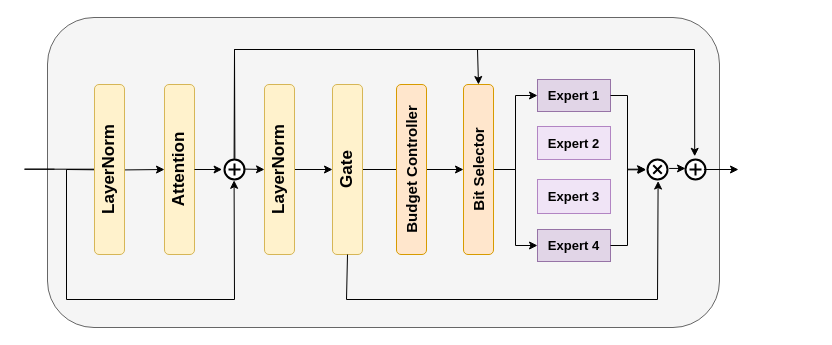
mm0318/draw keeps this draw.io diagram as bitgate_overall.drawio. Above is the earlier version. Source tidied: cells renumbered, new cells numbered last; positions are measured from the earlier drawing's top-left corner, leaving out a move shared by most shapes. Both pictures are drawn from the tidied source at 100%, with x=0, y=0 at pixel (24, 17).
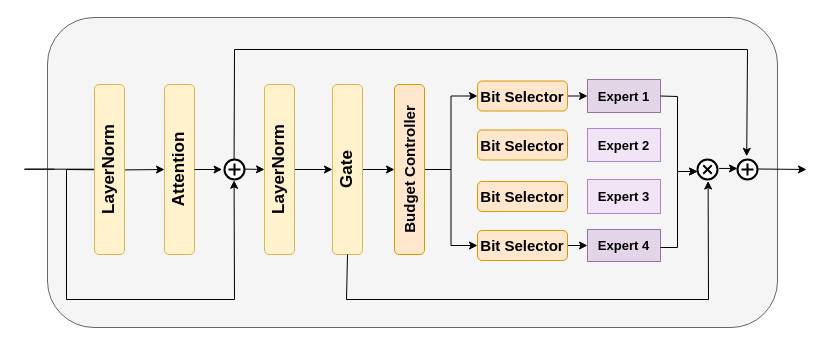
After the change.

The change refers to these unchanged cells:
```xml
<mxCell id="8" value="&lt;font style=&quot;font-size: 17px;&quot;&gt;&lt;b&gt;Gate&lt;/b&gt;&lt;/font&gt;" style="rounded=1;whiteSpace=wrap;html=1;rotation=-90;fillColor=#fff2cc;strokeColor=#d6b656;" parent="1" vertex="1">
  <mxGeometry x="238" y="137" width="170" height="30" as="geometry" />
</mxCell>
<mxCell id="18" style="html=1;verticalLabelPosition=bottom;align=center;labelBackgroundColor=#ffffff;verticalAlign=top;strokeWidth=2;strokeColor=#000000;shadow=0;dashed=0;shape=mxgraph.ios7.icons.add;" parent="1" vertex="1">
  <mxGeometry x="200" y="142" width="20" height="20" as="geometry" />
</mxCell>
```

Diff of the diagram source:
```diff
@@
     <mxCell id="2" style="rounded=1;whiteSpace=wrap;html=1;fillColor=#f5f5f5;fontColor=#333333;strokeColor=#666666;" parent="1" vertex="1">
-      <mxGeometry x="23" width="672" height="310" as="geometry" />
+      <mxGeometry x="23" width="730" height="310" as="geometry" />
     </mxCell>
     <mxCell id="3" value="&lt;font style=&quot;font-size: 13px;&quot;&gt;&lt;b&gt;Expert 1&lt;/b&gt;&lt;/font&gt;" style="rounded=0;whiteSpace=wrap;html=1;fillColor=#e1d5e7;strokeColor=#9673a6;" parent="1" vertex="1">
-      <mxGeometry x="513" y="62" width="73" height="32" as="geometry" />
+      <mxGeometry x="563" y="62" width="73" height="33" as="geometry" />
     </mxCell>
     <mxCell id="4" value="&lt;font style=&quot;font-size: 13px;&quot;&gt;&lt;b&gt;Expert 2&lt;/b&gt;&lt;/font&gt;" style="rounded=0;whiteSpace=wrap;html=1;fillColor=#F0E4F6;strokeColor=#B285C3;" parent="1" vertex="1">
-      <mxGeometry x="513" y="109" width="73" height="33" as="geometry" />
+      <mxGeometry x="563" y="111" width="73" height="33" as="geometry" />
     </mxCell>
     <mxCell id="5" value="&lt;font style=&quot;font-size: 13px;&quot;&gt;&lt;b&gt;Expert 4&lt;/b&gt;&lt;/font&gt;" style="rounded=0;whiteSpace=wrap;html=1;fillColor=#e1d5e7;strokeColor=#9673a6;" parent="1" vertex="1">
-      <mxGeometry x="513" y="212" width="73" height="32" as="geometry" />
+      <mxGeometry x="563" y="212" width="73" height="32" as="geometry" />
     </mxCell>
     <mxCell id="6" value="&lt;font style=&quot;font-size: 13px;&quot;&gt;&lt;b&gt;Expert 3&lt;/b&gt;&lt;/font&gt;" style="rounded=0;whiteSpace=wrap;html=1;strokeColor=#B285C3;fillColor=#F0E4F6;" parent="1" vertex="1">
-      <mxGeometry x="513" y="162" width="73" height="34" as="geometry" />
+      <mxGeometry x="563" y="162" width="73" height="34" as="geometry" />
     </mxCell>
-    <mxCell id="7" style="edgeStyle=orthogonalEdgeStyle;rounded=0;jettySize=auto;html=1;exitX=0.5;exitY=1;exitDx=0;exitDy=0;entryX=0.5;entryY=0;entryDx=0;entryDy=0;" parent="1" edge="1" source="8" target="11">
-      <mxGeometry relative="1" as="geometry" />
-    </mxCell>
+    <mxCell id="32" style="edgeStyle=orthogonalEdgeStyle;rounded=0;jettySize=auto;html=1;exitX=0.5;exitY=1;exitDx=0;exitDy=0;entryX=0.5;entryY=0;entryDx=0;entryDy=0;" parent="1" edge="1" source="8" target="29">
+      <mxGeometry relative="1" as="geometry" />
+    </mxCell>
@@
-    <mxCell id="9" style="edgeStyle=orthogonalEdgeStyle;rounded=0;jettySize=auto;html=1;exitX=0.5;exitY=1;exitDx=0;exitDy=0;entryX=0;entryY=0.5;entryDx=0;entryDy=0;" parent="1" edge="1" source="11" target="3">
+    <mxCell id="9" style="edgeStyle=orthogonalEdgeStyle;rounded=0;jettySize=auto;html=1;exitX=1;exitY=0.5;exitDx=0;exitDy=0;entryX=0;entryY=0.5;entryDx=0;entryDy=0;" parent="1" edge="1" source="11" target="3">
       <mxGeometry relative="1" as="geometry" />
     </mxCell>
-    <mxCell id="10" style="edgeStyle=orthogonalEdgeStyle;rounded=0;jettySize=auto;html=1;exitX=0.5;exitY=1;exitDx=0;exitDy=0;entryX=0;entryY=0.5;entryDx=0;entryDy=0;" parent="1" edge="1" source="11" target="5">
-      <mxGeometry relative="1" as="geometry" />
-    </mxCell>
-    <mxCell id="11" value="&lt;font style=&quot;font-size: 15px;&quot;&gt;&lt;b&gt;Bit Selector&lt;/b&gt;&lt;/font&gt;" style="rounded=1;whiteSpace=wrap;html=1;rotation=-90;fillColor=#ffe6cc;strokeColor=#d79b00;" parent="1" vertex="1">
-      <mxGeometry x="369" y="137" width="170" height="30" as="geometry" />
+    <mxCell id="11" value="&lt;font style=&quot;font-size: 15px;&quot;&gt;&lt;b&gt;Bit Selector&lt;/b&gt;&lt;/font&gt;" style="rounded=1;whiteSpace=wrap;html=1;rotation=0;fillColor=#ffe6cc;strokeColor=#d79b00;" parent="1" vertex="1">
+      <mxGeometry x="453" y="63.5" width="90" height="30" as="geometry" />
     </mxCell>
@@
     <mxCell id="22" style="html=1;verticalLabelPosition=bottom;align=center;labelBackgroundColor=#ffffff;verticalAlign=top;strokeWidth=2;strokeColor=#000000;shadow=0;dashed=0;shape=mxgraph.ios7.icons.add;" parent="1" vertex="1">
-      <mxGeometry x="661" y="142" width="20" height="20" as="geometry" />
+      <mxGeometry x="713" y="142" width="20" height="20" as="geometry" />
     </mxCell>
-    <mxCell id="23" style="endArrow=classic;html=1;rounded=0;exitX=0.92;exitY=0.5;exitDx=0;exitDy=0;exitPerimeter=0;" parent="1" edge="1" source="22">
-      <mxGeometry relative="1" as="geometry">
-        <mxPoint x="714" y="152" as="targetPoint" />
-        <Array as="points">
-          <mxPoint x="714" y="152" />
-        </Array>
-      </mxGeometry>
-    </mxCell>
     <mxCell id="24" style="endArrow=classic;html=1;rounded=0;exitX=0.48;exitY=0;exitDx=0;exitDy=0;exitPerimeter=0;entryX=0.46;entryY=-0.16;entryDx=0;entryDy=0;entryPerimeter=0;" parent="1" edge="1" source="18" target="22">
       <mxGeometry relative="1" as="geometry">
         <Array as="points">
           <mxPoint x="210" y="32" />
-          <mxPoint x="670" y="32" />
+          <mxPoint x="723" y="32" />
         </Array>
       </mxGeometry>
     </mxCell>
-    <mxCell id="25" style="endArrow=classic;html=1;rounded=0;exitX=0.52;exitY=-0.04;exitDx=0;exitDy=0;exitPerimeter=0;entryX=1;entryY=0.5;entryDx=0;entryDy=0;" parent="1" edge="1" source="18" target="11">
-      <mxGeometry relative="1" as="geometry">
-        <Array as="points">
-          <mxPoint x="210" y="32" />
-          <mxPoint x="297" y="32" />
-          <mxPoint x="453" y="32" />
-        </Array>
-      </mxGeometry>
-    </mxCell>
     <mxCell id="26" style="html=1;verticalLabelPosition=bottom;align=center;labelBackgroundColor=#ffffff;verticalAlign=top;strokeWidth=2;strokeColor=#000000;shadow=0;dashed=0;shape=mxgraph.ios7.icons.add;rotation=45;" parent="1" vertex="1">
-      <mxGeometry x="623" y="142" width="20" height="20" as="geometry" />
+      <mxGeometry x="673" y="142" width="20" height="20" as="geometry" />
     </mxCell>
     <mxCell id="27" style="endArrow=classic;html=1;rounded=0;exitX=0;exitY=0.5;exitDx=0;exitDy=0;entryX=0.929;entryY=0.886;entryDx=0;entryDy=0;entryPerimeter=0;" parent="1" edge="1" source="8" target="26">
       <mxGeometry relative="1" as="geometry">
         <Array as="points">
           <mxPoint x="322" y="282" />
-          <mxPoint x="633" y="282" />
+          <mxPoint x="684" y="282" />
         </Array>
       </mxGeometry>
     </mxCell>
@@
+    <mxCell id="33" style="edgeStyle=orthogonalEdgeStyle;rounded=0;jettySize=auto;html=1;exitX=0.5;exitY=1;exitDx=0;exitDy=0;entryX=0;entryY=0.5;entryDx=0;entryDy=0;" parent="1" edge="1" source="29" target="11">
+      <mxGeometry relative="1" as="geometry" />
+    </mxCell>
+    <mxCell id="34" style="edgeStyle=orthogonalEdgeStyle;rounded=0;jettySize=auto;html=1;exitX=0.5;exitY=1;exitDx=0;exitDy=0;entryX=0;entryY=0.5;entryDx=0;entryDy=0;" parent="1" edge="1" source="29" target="38">
+      <mxGeometry relative="1" as="geometry" />
+    </mxCell>
     <mxCell id="29" value="&lt;span style=&quot;font-size: 15px;&quot;&gt;&lt;b&gt;Budget Controller&lt;/b&gt;&lt;/span&gt;" style="rounded=1;whiteSpace=wrap;html=1;rotation=-90;fillColor=#ffe6cc;strokeColor=#d79b00;" parent="1" vertex="1">
-      <mxGeometry x="302" y="137" width="170" height="30" as="geometry" />
+      <mxGeometry x="300" y="137" width="170" height="30" as="geometry" />
     </mxCell>
-    <mxCell id="30" style="endArrow=classic;html=1;rounded=0;exitX=1;exitY=0.5;exitDx=0;exitDy=0;edgeStyle=orthogonalEdgeStyle;entryX=0.064;entryY=0.912;entryDx=0;entryDy=0;entryPerimeter=0;" parent="1" edge="1" source="5" target="26">
-      <mxGeometry relative="1" as="geometry">
-        <Array as="points">
-          <mxPoint x="603" y="228" />
-          <mxPoint x="603" y="152" />
-        </Array>
-      </mxGeometry>
-    </mxCell>
-    <mxCell id="31" style="edgeStyle=orthogonalEdgeStyle;rounded=0;jettySize=auto;html=1;exitX=1;exitY=0.5;exitDx=0;exitDy=0;entryX=0.111;entryY=0.912;entryDx=0;entryDy=0;entryPerimeter=0;" parent="1" edge="1" source="3" target="26">
-      <mxGeometry relative="1" as="geometry">
-        <Array as="points">
-          <mxPoint x="603" y="78" />
-          <mxPoint x="603" y="152" />
-        </Array>
-      </mxGeometry>
-    </mxCell>
+    <mxCell id="35" value="&lt;font style=&quot;font-size: 15px;&quot;&gt;&lt;b&gt;Bit Selector&lt;/b&gt;&lt;/font&gt;" style="rounded=1;whiteSpace=wrap;html=1;rotation=0;fillColor=#ffe6cc;strokeColor=#d79b00;" parent="1" vertex="1">
+      <mxGeometry x="453" y="112.5" width="90" height="30" as="geometry" />
+    </mxCell>
+    <mxCell id="36" value="&lt;font style=&quot;font-size: 15px;&quot;&gt;&lt;b&gt;Bit Selector&lt;/b&gt;&lt;/font&gt;" style="rounded=1;whiteSpace=wrap;html=1;rotation=0;fillColor=#ffe6cc;strokeColor=#d79b00;" parent="1" vertex="1">
+      <mxGeometry x="453" y="164" width="90" height="30" as="geometry" />
+    </mxCell>
+    <mxCell id="37" style="edgeStyle=orthogonalEdgeStyle;rounded=0;jettySize=auto;html=1;exitX=1;exitY=0.5;exitDx=0;exitDy=0;entryX=0;entryY=0.5;entryDx=0;entryDy=0;" parent="1" edge="1" source="38" target="5">
+      <mxGeometry relative="1" as="geometry" />
+    </mxCell>
+    <mxCell id="38" value="&lt;font style=&quot;font-size: 15px;&quot;&gt;&lt;b&gt;Bit Selector&lt;/b&gt;&lt;/font&gt;" style="rounded=1;whiteSpace=wrap;html=1;rotation=0;fillColor=#ffe6cc;strokeColor=#d79b00;" parent="1" vertex="1">
+      <mxGeometry x="453" y="213" width="90" height="30" as="geometry" />
+    </mxCell>
+    <mxCell id="39" style="endArrow=classic;html=1;rounded=0;exitX=1;exitY=0.5;exitDx=0;exitDy=0;" parent="1" edge="1" source="3">
+      <mxGeometry relative="1" as="geometry">
+        <mxPoint x="673" y="154" as="targetPoint" />
+        <Array as="points">
+          <mxPoint x="653" y="79" />
+          <mxPoint x="653" y="154" />
+        </Array>
+      </mxGeometry>
+    </mxCell>
+    <mxCell id="40" style="endArrow=classic;html=1;rounded=0;exitX=1;exitY=0.5;exitDx=0;exitDy=0;" parent="1" edge="1">
+      <mxGeometry relative="1" as="geometry">
+        <mxPoint x="636" y="230" as="sourcePoint" />
+        <mxPoint x="673" y="154" as="targetPoint" />
+        <Array as="points">
+          <mxPoint x="653" y="230" />
+          <mxPoint x="653" y="154" />
+        </Array>
+      </mxGeometry>
+    </mxCell>
+    <mxCell id="41" style="endArrow=classic;html=1;rounded=0;exitX=1.058;exitY=0.575;exitDx=0;exitDy=0;exitPerimeter=0;" parent="1" edge="1">
+      <mxGeometry relative="1" as="geometry">
+        <mxPoint x="733.2" y="151.5" as="sourcePoint" />
+        <mxPoint x="782" y="152" as="targetPoint" />
+      </mxGeometry>
+    </mxCell>
```
